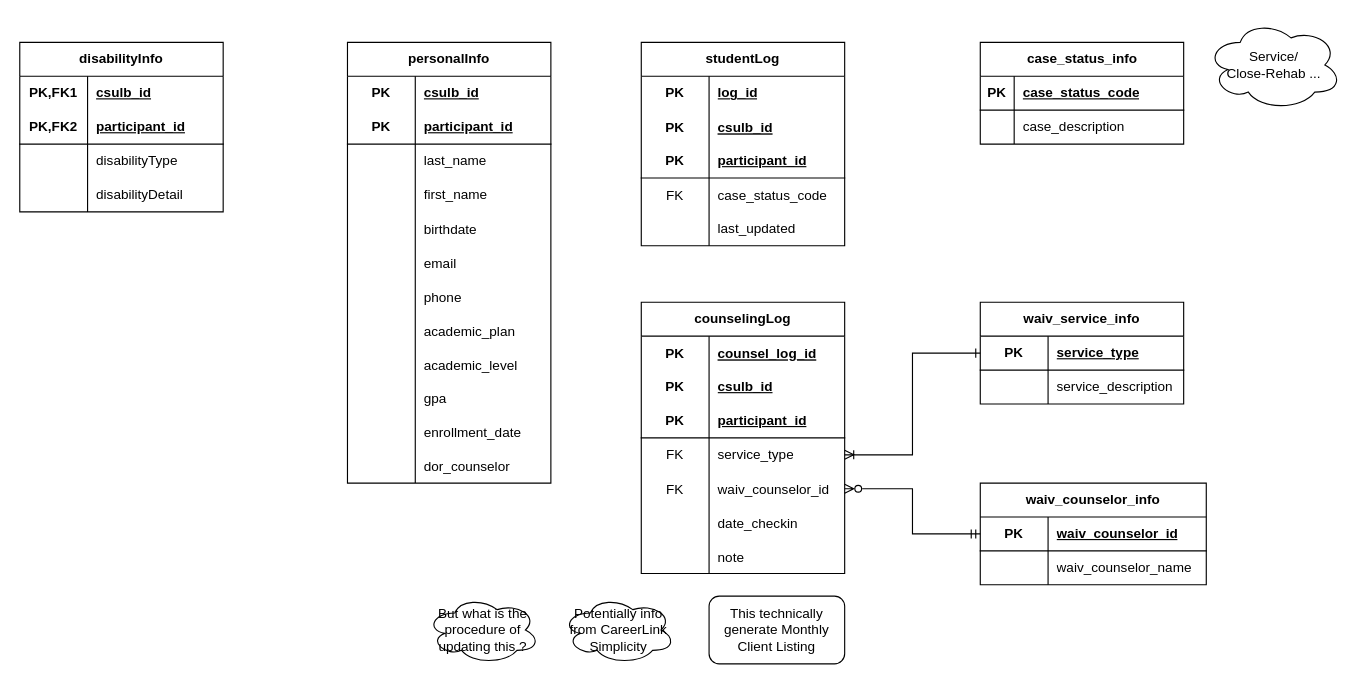
markqle/waiv keeps this draw.io diagram as waivSchema.drawio. Above is the earlier version. Source tidied: cells renumbered, new cells numbered last; positions are measured from the earlier drawing's top-left corner, leaving out a move shared by most shapes. Both pictures are drawn from the tidied source at 113%, with x=0, y=0 at pixel (19, 19).
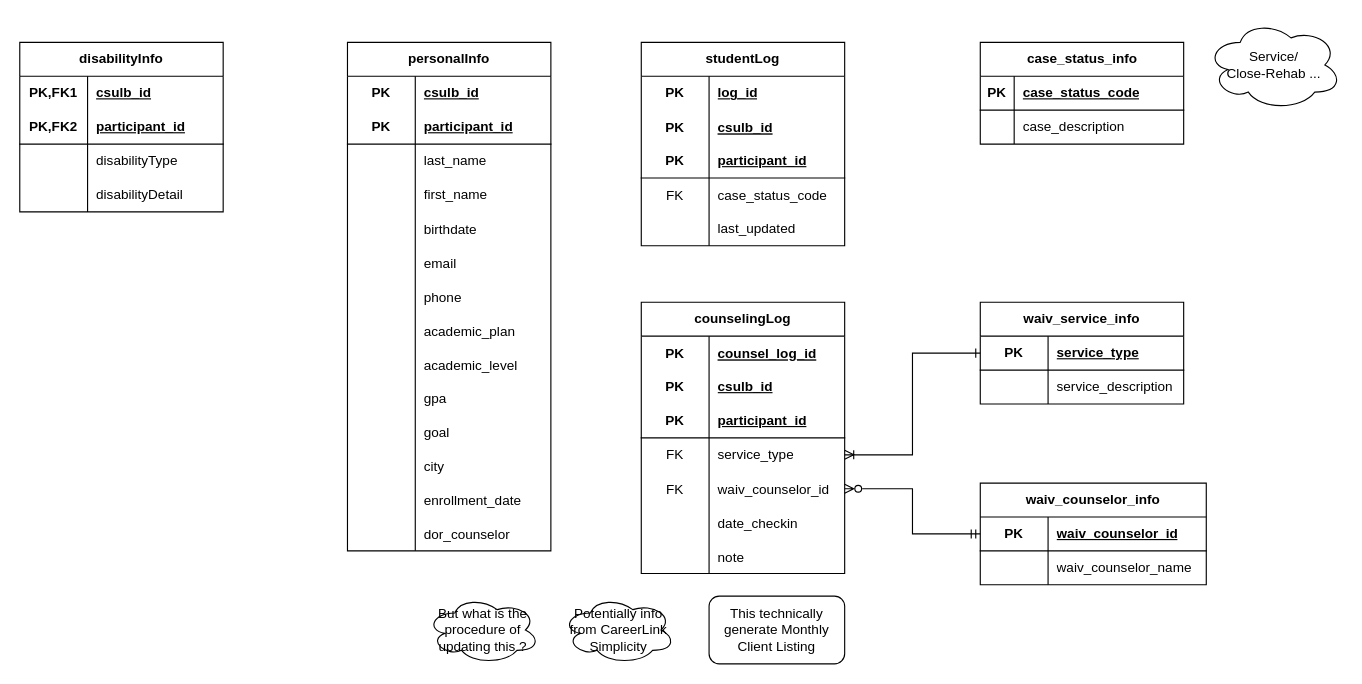
The same diagram, later.

Commit message:
Update personalInfo table

Diff of the diagram source:
```diff
@@
     <mxCell id="2" value="personalInfo" style="shape=table;startSize=30;childLayout=tableLayout;rowLines=0;fontStyle=1;align=center;html=1;whiteSpace=wrap;" parent="1" vertex="1">
-      <mxGeometry x="290" y="20" width="180" height="390" as="geometry" />
+      <mxGeometry x="290" y="20" width="180" height="450" as="geometry" />
     </mxCell>
@@
+    <mxCell id="117" style="shape=tableRow;horizontal=0;startSize=0;swimlaneHead=0;swimlaneBody=0;fillColor=none;top=0;left=0;right=0;bottom=0;" parent="2" vertex="1">
+      <mxGeometry y="330" width="180" height="30" as="geometry" />
+    </mxCell>
+    <mxCell id="118" style="shape=partialRectangle;fillColor=none;top=0;left=0;bottom=0;right=0;overflow=hidden;" parent="117" vertex="1">
+      <mxGeometry width="60" height="30" as="geometry" />
+    </mxCell>
+    <mxCell id="119" value="goal" style="shape=partialRectangle;fillColor=none;top=0;left=0;bottom=0;right=0;align=left;spacingLeft=6;overflow=hidden;" parent="117" vertex="1">
+      <mxGeometry x="60" width="120" height="30" as="geometry" />
+    </mxCell>
+    <mxCell id="120" style="shape=tableRow;horizontal=0;startSize=0;swimlaneHead=0;swimlaneBody=0;fillColor=none;top=0;left=0;right=0;bottom=0;" parent="2" vertex="1">
+      <mxGeometry y="360" width="180" height="30" as="geometry" />
+    </mxCell>
+    <mxCell id="121" style="shape=partialRectangle;fillColor=none;top=0;left=0;bottom=0;right=0;overflow=hidden;" parent="120" vertex="1">
+      <mxGeometry width="60" height="30" as="geometry" />
+    </mxCell>
+    <mxCell id="122" value="city" style="shape=partialRectangle;fillColor=none;top=0;left=0;bottom=0;right=0;align=left;spacingLeft=6;overflow=hidden;" parent="120" vertex="1">
+      <mxGeometry x="60" width="120" height="30" as="geometry" />
+    </mxCell>
     <mxCell id="33" style="shape=tableRow;horizontal=0;startSize=0;swimlaneHead=0;swimlaneBody=0;fillColor=none;top=0;left=0;right=0;bottom=0;" parent="2" vertex="1">
-      <mxGeometry y="330" width="180" height="30" as="geometry" />
+      <mxGeometry y="390" width="180" height="30" as="geometry" />
     </mxCell>
@@
     <mxCell id="36" style="shape=tableRow;horizontal=0;startSize=0;swimlaneHead=0;swimlaneBody=0;fillColor=none;top=0;left=0;right=0;bottom=0;" parent="2" vertex="1">
-      <mxGeometry y="360" width="180" height="30" as="geometry" />
+      <mxGeometry y="420" width="180" height="30" as="geometry" />
     </mxCell>
```
